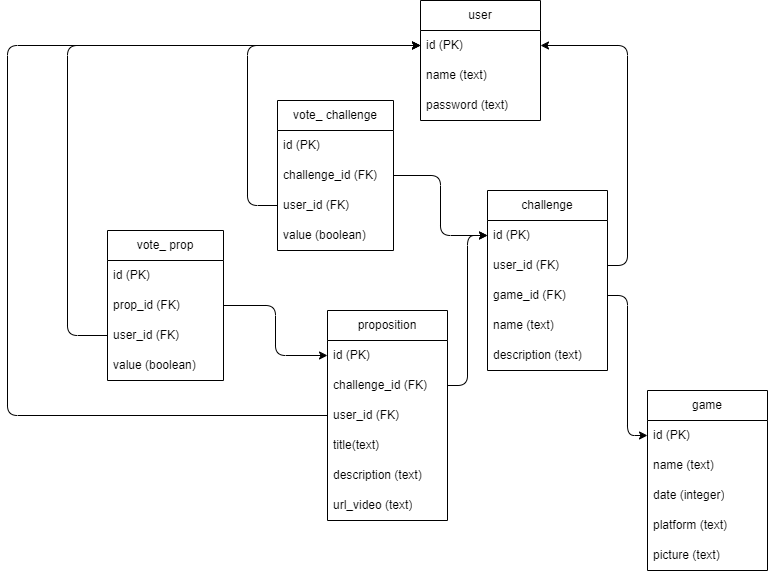
Zdep88/projet-GamerChallenges-docs keeps this draw.io diagram as MLD.drawio.png. Above is the earlier version. Source tidied: cells renumbered, new cells last; positions are measured from the earlier drawing's top-left corner, leaving out a move shared by most shapes.
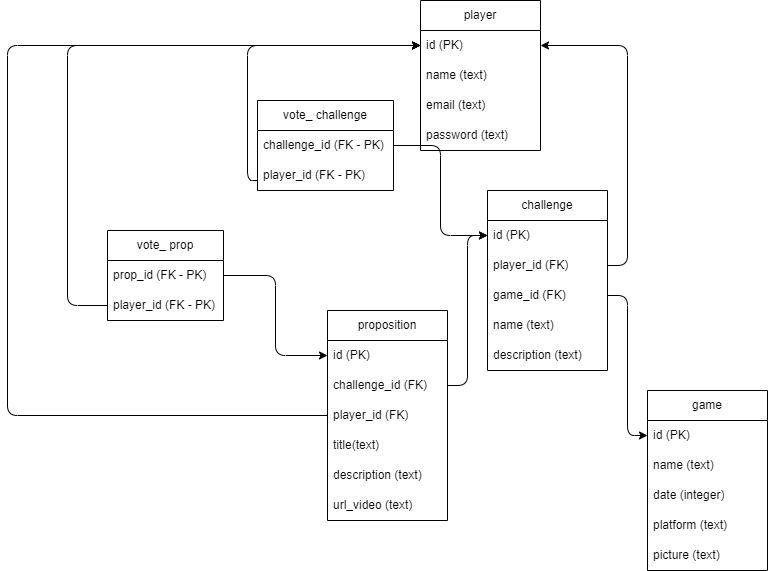
Later version of the same file.

The edit, as a diff of the source:
```diff
@@ -2,8 +2,8 @@
   <root>
     <mxCell id="0" />
     <mxCell id="1" parent="0" />
-    <mxCell id="2" value="user" style="swimlane;fontStyle=0;horizontal=1;startSize=30;whiteSpace=wrap;html=1;fillColor=none;strokeColor=#000000;fontColor=#000000;" parent="1" vertex="1">
-      <mxGeometry x="413" width="120" height="120" as="geometry" />
+    <mxCell id="2" value="player" style="swimlane;fontStyle=0;horizontal=1;startSize=30;whiteSpace=wrap;html=1;fillColor=none;strokeColor=#000000;fontColor=#000000;" parent="1" vertex="1">
+      <mxGeometry x="413" width="120" height="150" as="geometry" />
     </mxCell>
     <mxCell id="3" value="id (PK)" style="text;strokeColor=none;fillColor=none;align=left;verticalAlign=middle;spacingLeft=4;spacingRight=4;overflow=hidden;points=[[0,0.5],[1,0.5]];portConstraint=eastwest;whiteSpace=wrap;html=1;fontColor=#000000;fontStyle=0;" parent="2" vertex="1">
       <mxGeometry y="30" width="120" height="30" as="geometry" />
@@ -11,8 +11,11 @@
     <mxCell id="4" value="name (text)" style="text;strokeColor=none;fillColor=none;align=left;verticalAlign=middle;spacingLeft=4;spacingRight=4;overflow=hidden;whiteSpace=wrap;html=1;fontColor=#000000;fontStyle=0;" parent="2" vertex="1">
       <mxGeometry y="60" width="120" height="30" as="geometry" />
     </mxCell>
+    <mxCell id="43" value="email (text)" style="text;strokeColor=none;fillColor=none;align=left;verticalAlign=middle;spacingLeft=4;spacingRight=4;overflow=hidden;whiteSpace=wrap;html=1;fontColor=#000000;fontStyle=0;" parent="2" vertex="1">
+      <mxGeometry y="90" width="120" height="30" as="geometry" />
+    </mxCell>
     <mxCell id="5" value="password (text)" style="text;strokeColor=none;fillColor=none;align=left;verticalAlign=middle;spacingLeft=4;spacingRight=4;overflow=hidden;whiteSpace=wrap;html=1;fontColor=#000000;" parent="2" vertex="1">
-      <mxGeometry y="90" width="120" height="30" as="geometry" />
+      <mxGeometry y="120" width="120" height="30" as="geometry" />
     </mxCell>
     <mxCell id="6" value="challenge" style="swimlane;fontStyle=0;horizontal=1;startSize=30;whiteSpace=wrap;html=1;strokeColor=#000000;fontFamily=Helvetica;fontSize=12;fontColor=#000000;fillColor=none;" parent="1" vertex="1">
       <mxGeometry x="480" y="190" width="120" height="180" as="geometry" />
@@ -20,7 +23,7 @@
     <mxCell id="7" value="id (PK)" style="text;strokeColor=none;fillColor=none;align=left;verticalAlign=middle;spacingLeft=4;spacingRight=4;overflow=hidden;points=[[0,0.5],[1,0.5]];portConstraint=eastwest;whiteSpace=wrap;html=1;fontFamily=Helvetica;fontSize=12;fontColor=#000000;startSize=30;fontStyle=0;" parent="6" vertex="1">
       <mxGeometry y="30" width="120" height="30" as="geometry" />
     </mxCell>
-    <mxCell id="8" value="user_id (FK)" style="text;strokeColor=none;fillColor=none;align=left;verticalAlign=middle;spacingLeft=4;spacingRight=4;overflow=hidden;points=[[0,0.5],[1,0.5]];portConstraint=eastwest;whiteSpace=wrap;html=1;fontFamily=Helvetica;fontSize=12;fontColor=#000000;startSize=30;fontStyle=0;" parent="6" vertex="1">
+    <mxCell id="8" value="player_id (FK)" style="text;strokeColor=none;fillColor=none;align=left;verticalAlign=middle;spacingLeft=4;spacingRight=4;overflow=hidden;points=[[0,0.5],[1,0.5]];portConstraint=eastwest;whiteSpace=wrap;html=1;fontFamily=Helvetica;fontSize=12;fontColor=#000000;startSize=30;fontStyle=0;" parent="6" vertex="1">
       <mxGeometry y="60" width="120" height="30" as="geometry" />
     </mxCell>
     <mxCell id="9" value="game_id (FK)" style="text;strokeColor=none;fillColor=none;align=left;verticalAlign=middle;spacingLeft=4;spacingRight=4;overflow=hidden;points=[[0,0.5],[1,0.5]];portConstraint=eastwest;whiteSpace=wrap;html=1;fontFamily=Helvetica;fontSize=12;fontColor=#000000;startSize=30;fontStyle=0;" parent="6" vertex="1">
@@ -59,7 +62,7 @@
     <mxCell id="20" value="challenge_id (FK)" style="text;strokeColor=none;fillColor=none;align=left;verticalAlign=middle;spacingLeft=4;spacingRight=4;overflow=hidden;points=[[0,0.5],[1,0.5]];portConstraint=eastwest;whiteSpace=wrap;html=1;fontFamily=Helvetica;fontSize=12;fontColor=#000000;startSize=30;fontStyle=0;" parent="18" vertex="1">
       <mxGeometry y="60" width="120" height="30" as="geometry" />
     </mxCell>
-    <mxCell id="21" value="user_id (FK)" style="text;strokeColor=none;fillColor=none;align=left;verticalAlign=middle;spacingLeft=4;spacingRight=4;overflow=hidden;points=[[0,0.5],[1,0.5]];portConstraint=eastwest;whiteSpace=wrap;html=1;fontFamily=Helvetica;fontSize=12;fontColor=#000000;startSize=30;fontStyle=0;" parent="18" vertex="1">
+    <mxCell id="21" value="player_id (FK)" style="text;strokeColor=none;fillColor=none;align=left;verticalAlign=middle;spacingLeft=4;spacingRight=4;overflow=hidden;points=[[0,0.5],[1,0.5]];portConstraint=eastwest;whiteSpace=wrap;html=1;fontFamily=Helvetica;fontSize=12;fontColor=#000000;startSize=30;fontStyle=0;" parent="18" vertex="1">
       <mxGeometry y="90" width="120" height="30" as="geometry" />
     </mxCell>
     <mxCell id="22" value="title(text)" style="text;strokeColor=none;fillColor=none;align=left;verticalAlign=middle;spacingLeft=4;spacingRight=4;overflow=hidden;whiteSpace=wrap;html=1;fontFamily=Helvetica;fontSize=12;fontColor=#000000;startSize=30;fontStyle=0;" parent="18" vertex="1">
@@ -72,35 +75,23 @@
       <mxGeometry y="180" width="120" height="30" as="geometry" />
     </mxCell>
     <mxCell id="25" value="vote_ challenge" style="swimlane;fontStyle=0;horizontal=1;startSize=30;whiteSpace=wrap;html=1;fillColor=none;strokeColor=#000000;fontColor=#000000;" parent="1" vertex="1">
-      <mxGeometry x="270" y="100" width="116" height="150" as="geometry" />
+      <mxGeometry x="250" y="100" width="136" height="90" as="geometry" />
     </mxCell>
-    <mxCell id="26" value="id (PK)" style="text;strokeColor=none;fillColor=none;align=left;verticalAlign=middle;spacingLeft=4;spacingRight=4;overflow=hidden;whiteSpace=wrap;html=1;fontColor=#000000;fontStyle=0;" parent="25" vertex="1">
-      <mxGeometry y="30" width="116" height="30" as="geometry" />
-    </mxCell>
-    <mxCell id="27" value="challenge_id (FK)" style="text;strokeColor=none;fillColor=none;align=left;verticalAlign=middle;spacingLeft=4;spacingRight=4;overflow=hidden;points=[[0,0.5],[1,0.5]];portConstraint=eastwest;whiteSpace=wrap;html=1;fontColor=#000000;fontStyle=0;" parent="25" vertex="1">
-      <mxGeometry y="60" width="116" height="30" as="geometry" />
+    <mxCell id="27" value="challenge_id (FK - PK)" style="text;strokeColor=none;fillColor=none;align=left;verticalAlign=middle;spacingLeft=4;spacingRight=4;overflow=hidden;points=[[0,0.5],[1,0.5]];portConstraint=eastwest;whiteSpace=wrap;html=1;fontColor=#000000;fontStyle=0;" parent="25" vertex="1">
+      <mxGeometry y="30" width="136" height="30" as="geometry" />
     </mxCell>
-    <mxCell id="28" value="user_id (FK)" style="text;strokeColor=none;fillColor=none;align=left;verticalAlign=middle;spacingLeft=4;spacingRight=4;overflow=hidden;points=[[0,0.5],[1,0.5]];portConstraint=eastwest;whiteSpace=wrap;html=1;fontColor=#000000;fontStyle=0;" parent="25" vertex="1">
-      <mxGeometry y="90" width="116" height="30" as="geometry" />
+    <mxCell id="28" value="player_id (FK - PK)" style="text;strokeColor=none;fillColor=none;align=left;verticalAlign=middle;spacingLeft=4;spacingRight=4;overflow=hidden;points=[[0,0.5],[1,0.5]];portConstraint=eastwest;whiteSpace=wrap;html=1;fontColor=#000000;fontStyle=0;" parent="25" vertex="1">
+      <mxGeometry y="60" width="136" height="30" as="geometry" />
     </mxCell>
-    <mxCell id="29" value="value (boolean)" style="text;strokeColor=none;fillColor=none;align=left;verticalAlign=middle;spacingLeft=4;spacingRight=4;overflow=hidden;whiteSpace=wrap;html=1;fontColor=#000000;" parent="25" vertex="1">
-      <mxGeometry y="120" width="116" height="30" as="geometry" />
-    </mxCell>
     <mxCell id="30" value="vote_ prop" style="swimlane;fontStyle=0;horizontal=1;startSize=30;whiteSpace=wrap;html=1;fillColor=none;strokeColor=#000000;fontColor=#000000;" parent="1" vertex="1">
-      <mxGeometry x="100" y="230" width="116" height="150" as="geometry" />
+      <mxGeometry x="100" y="230" width="116" height="90" as="geometry" />
     </mxCell>
-    <mxCell id="31" value="id (PK)" style="text;strokeColor=none;fillColor=none;align=left;verticalAlign=middle;spacingLeft=4;spacingRight=4;overflow=hidden;whiteSpace=wrap;html=1;fontColor=#000000;fontStyle=0;" parent="30" vertex="1">
-      <mxGeometry y="30" width="116" height="30" as="geometry" />
-    </mxCell>
-    <mxCell id="32" value="prop_id (FK)" style="text;strokeColor=none;fillColor=none;align=left;verticalAlign=middle;spacingLeft=4;spacingRight=4;overflow=hidden;points=[[0,0.5],[1,0.5]];portConstraint=eastwest;whiteSpace=wrap;html=1;fontColor=#000000;fontStyle=0;" parent="30" vertex="1">
-      <mxGeometry y="60" width="116" height="30" as="geometry" />
+    <mxCell id="32" value="prop_id (FK - PK)" style="text;strokeColor=none;fillColor=none;align=left;verticalAlign=middle;spacingLeft=4;spacingRight=4;overflow=hidden;points=[[0,0.5],[1,0.5]];portConstraint=eastwest;whiteSpace=wrap;html=1;fontColor=#000000;fontStyle=0;" parent="30" vertex="1">
+      <mxGeometry y="30" width="116" height="30" as="geometry" />
     </mxCell>
-    <mxCell id="33" value="user_id (FK)" style="text;strokeColor=none;fillColor=none;align=left;verticalAlign=middle;spacingLeft=4;spacingRight=4;overflow=hidden;points=[[0,0.5],[1,0.5]];portConstraint=eastwest;whiteSpace=wrap;html=1;fontColor=#000000;fontStyle=0;" parent="30" vertex="1">
-      <mxGeometry y="90" width="116" height="30" as="geometry" />
+    <mxCell id="33" value="player_id (FK - PK)" style="text;strokeColor=none;fillColor=none;align=left;verticalAlign=middle;spacingLeft=4;spacingRight=4;overflow=hidden;points=[[0,0.5],[1,0.5]];portConstraint=eastwest;whiteSpace=wrap;html=1;fontColor=#000000;fontStyle=0;" parent="30" vertex="1">
+      <mxGeometry y="60" width="116" height="30" as="geometry" />
     </mxCell>
-    <mxCell id="34" value="value (boolean)" style="text;strokeColor=none;fillColor=none;align=left;verticalAlign=middle;spacingLeft=4;spacingRight=4;overflow=hidden;whiteSpace=wrap;html=1;fontColor=#000000;" parent="30" vertex="1">
-      <mxGeometry y="120" width="116" height="30" as="geometry" />
-    </mxCell>
     <mxCell id="35" style="edgeStyle=elbowEdgeStyle;shape=connector;rounded=1;html=1;labelBackgroundColor=default;strokeColor=#000000;fontFamily=Helvetica;fontSize=11;fontColor=default;endArrow=classic;" parent="1" edge="1" source="9" target="13">
       <mxGeometry relative="1" as="geometry" />
     </mxCell>
```
